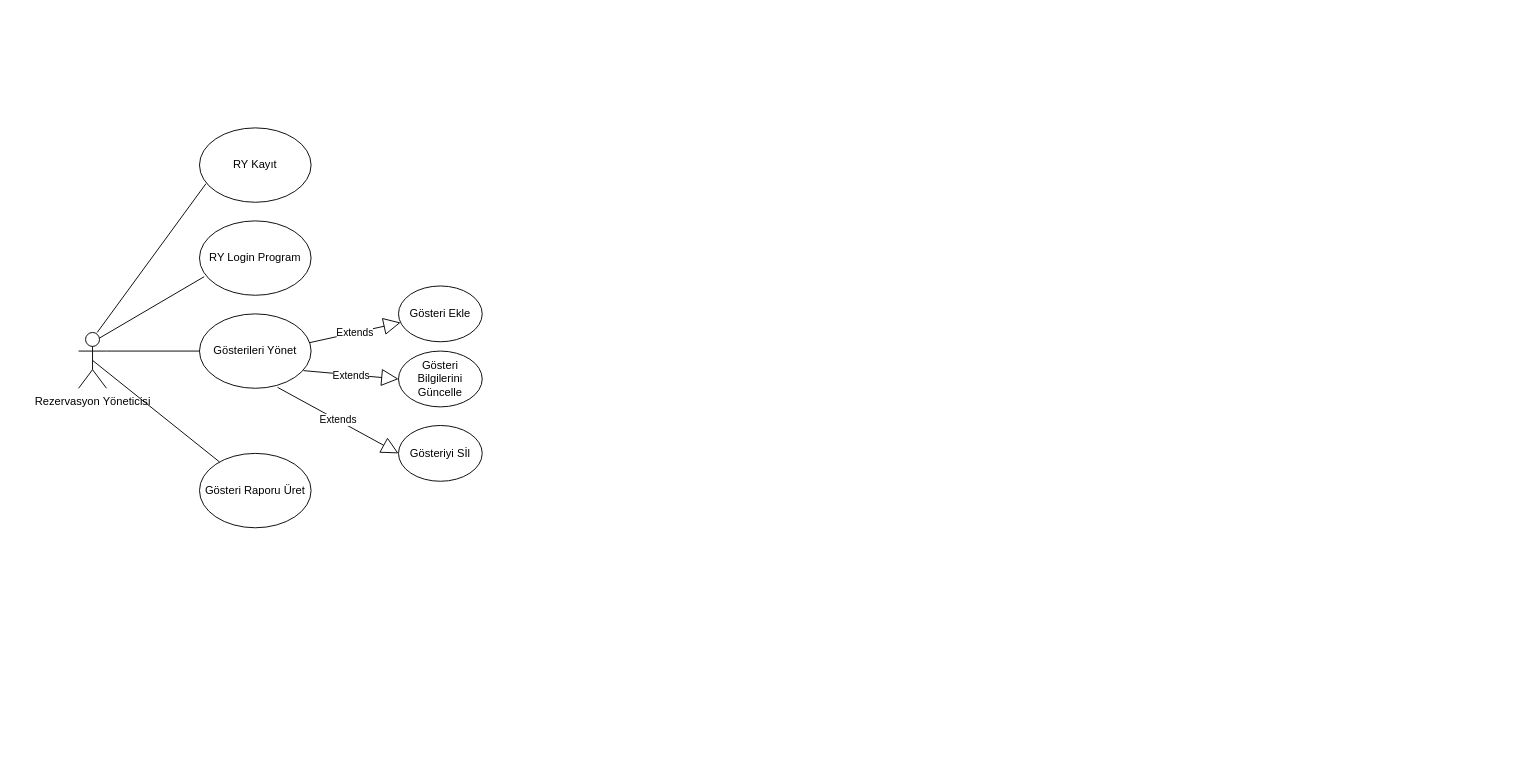
Earlier version of the draw.io diagram TBS USE_CASE_DIAGRAM.drawio (hhasanguclu/use_case_diagram). Source tidied: cells renumbered, new cells numbered last; positions are measured from the earlier drawing's top-left corner, leaving out a move shared by most shapes. Both pictures are drawn from the tidied source at 93%, with x=0, y=0 at pixel (78, 127).
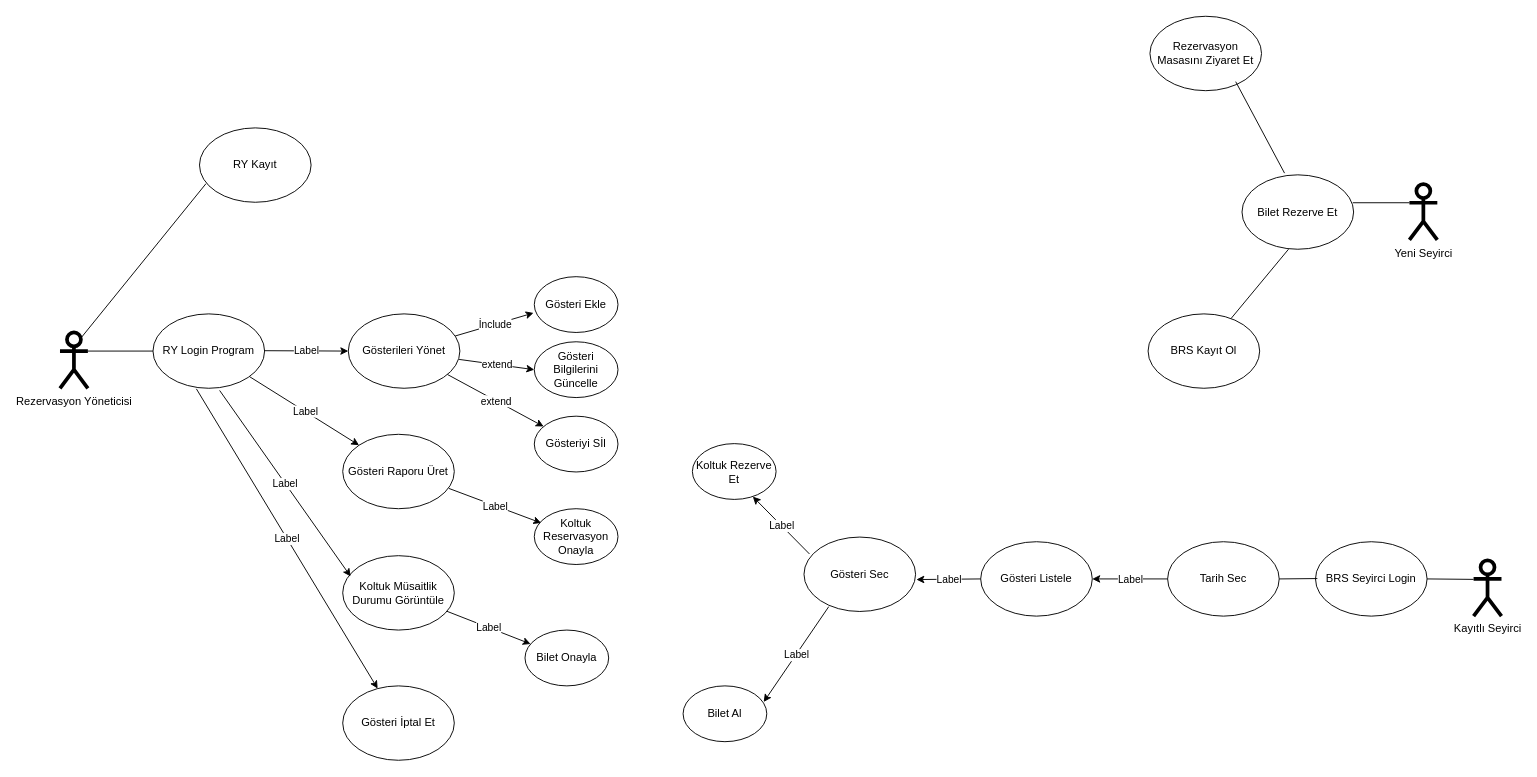
The same page after the edit.

Unchanged cells that the change refers to:
```xml
<mxCell id="3" value="RY Kayıt" style="ellipse;whiteSpace=wrap;html=1;" parent="1" vertex="1">
  <mxGeometry x="130" width="120" height="80" as="geometry" />
</mxCell>
```

Diff of the diagram source:
```diff
@@
-    <mxCell id="2" value="&lt;div&gt;Rezervasyon Yöneticisi&lt;/div&gt;&lt;div&gt;&lt;br&gt;&lt;/div&gt;" style="shape=umlActor;verticalLabelPosition=bottom;verticalAlign=top;html=1;outlineConnect=0;" parent="1" vertex="1">
-      <mxGeometry y="220" width="30" height="60" as="geometry" />
+    <mxCell id="2" value="&lt;div&gt;Rezervasyon Yöneticisi&lt;/div&gt;&lt;div&gt;&lt;br&gt;&lt;/div&gt;" style="shape=umlActor;verticalLabelPosition=bottom;verticalAlign=top;html=1;outlineConnect=0;strokeWidth=4;" parent="1" vertex="1">
+      <mxGeometry x="-20" y="220" width="30" height="60" as="geometry" />
     </mxCell>
@@
     <mxCell id="4" value="RY Login Program" style="ellipse;whiteSpace=wrap;html=1;" parent="1" vertex="1">
-      <mxGeometry x="130" y="100" width="120" height="80" as="geometry" />
+      <mxGeometry x="80" y="200" width="120" height="80" as="geometry" />
     </mxCell>
-    <mxCell id="5" style="endArrow=none;html=1;entryX=0.058;entryY=0.75;entryDx=0;entryDy=0;entryPerimeter=0;" parent="1" edge="1" target="3">
-      <mxGeometry relative="1" as="geometry">
-        <mxPoint x="20" y="220" as="sourcePoint" />
-      </mxGeometry>
+    <mxCell id="5" style="endArrow=none;html=1;entryX=0.058;entryY=0.75;entryDx=0;entryDy=0;entryPerimeter=0;exitX=0.75;exitY=0.1;exitDx=0;exitDy=0;exitPerimeter=0;" parent="1" edge="1" source="2" target="3">
+      <mxGeometry relative="1" as="geometry" />
     </mxCell>
-    <mxCell id="6" style="endArrow=none;html=1;entryX=0.042;entryY=0.75;entryDx=0;entryDy=0;entryPerimeter=0;exitX=0.75;exitY=0.1;exitDx=0;exitDy=0;exitPerimeter=0;" parent="1" edge="1" source="2" target="4">
-      <mxGeometry relative="1" as="geometry" />
-    </mxCell>
     <mxCell id="7" value="Gösterileri Yönet" style="ellipse;whiteSpace=wrap;html=1;" parent="1" vertex="1">
-      <mxGeometry x="130" y="200" width="120" height="80" as="geometry" />
+      <mxGeometry x="290" y="200" width="120" height="80" as="geometry" />
     </mxCell>
-    <mxCell id="8" style="endArrow=none;html=1;entryX=0;entryY=0.5;entryDx=0;entryDy=0;exitX=1;exitY=0.3333333333333333;exitDx=0;exitDy=0;exitPerimeter=0;" parent="1" edge="1" source="2" target="7">
-      <mxGeometry relative="1" as="geometry" />
-    </mxCell>
     <mxCell id="9" value="Gösteri Ekle" style="ellipse;whiteSpace=wrap;html=1;" parent="1" vertex="1">
-      <mxGeometry x="344" y="170" width="90" height="60" as="geometry" />
+      <mxGeometry x="490" y="160" width="90" height="60" as="geometry" />
     </mxCell>
     <mxCell id="10" value="Gösteri Bilgilerini Güncelle" style="ellipse;whiteSpace=wrap;html=1;" parent="1" vertex="1">
-      <mxGeometry x="344" y="240" width="90" height="60" as="geometry" />
+      <mxGeometry x="490" y="230" width="90" height="60" as="geometry" />
     </mxCell>
     <mxCell id="11" value="Gösteriyi Sİl" style="ellipse;whiteSpace=wrap;html=1;" parent="1" vertex="1">
-      <mxGeometry x="344" y="320" width="90" height="60" as="geometry" />
+      <mxGeometry x="490" y="310" width="90" height="60" as="geometry" />
     </mxCell>
+    <mxCell id="15" value="Gösteri Raporu Üret" style="ellipse;whiteSpace=wrap;html=1;" parent="1" vertex="1">
+      <mxGeometry x="284" y="329.5" width="120" height="80" as="geometry" />
+    </mxCell>
+    <mxCell id="17" value="Koltuk Müsaitlik Durumu Görüntüle" style="ellipse;whiteSpace=wrap;html=1;" parent="1" vertex="1">
+      <mxGeometry x="284" y="460" width="120" height="80" as="geometry" />
+    </mxCell>
+    <mxCell id="18" value="Bilet Onayla" style="ellipse;whiteSpace=wrap;html=1;" parent="1" vertex="1">
+      <mxGeometry x="480" y="540" width="90" height="60" as="geometry" />
+    </mxCell>
+    <mxCell id="14" style="endArrow=classic;html=1;" parent="1" edge="1" source="7" target="11">
+      <mxGeometry relative="1" as="geometry" />
+    </mxCell>
+    <mxCell id="19" value="extend" style="edgeLabel;html=1;align=center;verticalAlign=middle;" parent="14" vertex="1">
+      <mxGeometry relative="1" as="geometry" />
+    </mxCell>
+    <mxCell id="13" style="endArrow=classic;html=1;entryX=0;entryY=0.5;entryDx=0;entryDy=0;exitX=0.993;exitY=0.612;exitDx=0;exitDy=0;exitPerimeter=0;" parent="1" edge="1" source="7" target="10">
+      <mxGeometry relative="1" as="geometry" />
+    </mxCell>
+    <mxCell id="20" value="extend" style="edgeLabel;html=1;align=center;verticalAlign=middle;" parent="13" vertex="1">
+      <mxGeometry relative="1" as="geometry" />
+    </mxCell>
-    <mxCell id="12" value="Extends" style="endArrow=block;endSize=16;endFill=0;html=1;exitX=0.983;exitY=0.388;exitDx=0;exitDy=0;exitPerimeter=0;" parent="1" edge="1" source="7" target="9">
+    <mxCell id="12" style="endArrow=classic;html=1;entryX=-0.009;entryY=0.65;entryDx=0;entryDy=0;entryPerimeter=0;" parent="1" edge="1" source="7" target="9">
       <mxGeometry relative="1" as="geometry" />
     </mxCell>
-    <mxCell id="13" value="Extends" style="endArrow=block;endSize=16;endFill=0;html=1;exitX=0.933;exitY=0.763;exitDx=0;exitDy=0;exitPerimeter=0;entryX=0;entryY=0.5;entryDx=0;entryDy=0;" parent="1" edge="1" source="7" target="10">
-      <mxGeometry relative="1" as="geometry" />
-    </mxCell>
-    <mxCell id="14" value="Extends" style="endArrow=block;endSize=16;endFill=0;html=1;exitX=0.7;exitY=0.988;exitDx=0;exitDy=0;exitPerimeter=0;entryX=0;entryY=0.5;entryDx=0;entryDy=0;" parent="1" edge="1" source="7" target="11">
-      <mxGeometry relative="1" as="geometry" />
-    </mxCell>
-    <mxCell id="15" value="Gösteri Raporu Üret" style="ellipse;whiteSpace=wrap;html=1;" parent="1" vertex="1">
-      <mxGeometry x="130" y="350" width="120" height="80" as="geometry" />
-    </mxCell>
-    <mxCell id="16" style="endArrow=none;html=1;exitX=0.5;exitY=0.5;exitDx=0;exitDy=0;exitPerimeter=0;" parent="1" edge="1" source="2" target="15">
-      <mxGeometry relative="1" as="geometry" />
-    </mxCell>
+    <mxCell id="21" value="İnclude" style="edgeLabel;html=1;align=center;verticalAlign=middle;" parent="12" vertex="1">
+      <mxGeometry relative="1" as="geometry" />
+    </mxCell>
+    <mxCell id="22" style="endArrow=classic;html=1;" parent="1" edge="1" source="17" target="18">
+      <mxGeometry relative="1" as="geometry" />
+    </mxCell>
+    <mxCell id="23" value="Label" style="edgeLabel;html=1;align=center;verticalAlign=middle;" parent="22" vertex="1">
+      <mxGeometry relative="1" as="geometry" />
+    </mxCell>
+    <mxCell id="24" value="Gösteri İptal Et" style="ellipse;whiteSpace=wrap;html=1;" parent="1" vertex="1">
+      <mxGeometry x="284" y="600" width="120" height="80" as="geometry" />
+    </mxCell>
+    <mxCell id="25" value="Yeni Seyirci" style="shape=umlActor;verticalLabelPosition=bottom;verticalAlign=top;html=1;strokeWidth=4;" parent="1" vertex="1">
+      <mxGeometry x="1431" y="60.5" width="30" height="60" as="geometry" />
+    </mxCell>
+    <mxCell id="6" style="endArrow=none;html=1;exitX=1;exitY=0.3333333333333333;exitDx=0;exitDy=0;exitPerimeter=0;entryX=0;entryY=0.5;entryDx=0;entryDy=0;" parent="1" edge="1" source="2" target="4">
+      <mxGeometry relative="1" as="geometry" />
+    </mxCell>
+    <mxCell id="26" style="endArrow=classic;html=1;entryX=0.083;entryY=0.256;entryDx=0;entryDy=0;entryPerimeter=0;exitX=0.951;exitY=0.727;exitDx=0;exitDy=0;exitPerimeter=0;" parent="1" edge="1" source="15" target="28">
+      <mxGeometry relative="1" as="geometry" />
+    </mxCell>
+    <mxCell id="27" value="Label" style="edgeLabel;html=1;align=center;verticalAlign=middle;" parent="26" vertex="1">
+      <mxGeometry relative="1" as="geometry" />
+    </mxCell>
+    <mxCell id="28" value="Koltuk Reservasyon Onayla" style="ellipse;whiteSpace=wrap;html=1;" parent="1" vertex="1">
+      <mxGeometry x="490" y="409.5" width="90" height="60" as="geometry" />
+    </mxCell>
+    <mxCell id="29" style="endArrow=classic;html=1;entryX=0;entryY=0.5;entryDx=0;entryDy=0;" parent="1" edge="1" target="7">
+      <mxGeometry relative="1" as="geometry">
+        <mxPoint x="200" y="239.6" as="sourcePoint" />
+      </mxGeometry>
+    </mxCell>
+    <mxCell id="30" value="Label" style="edgeLabel;html=1;align=center;verticalAlign=middle;" parent="29" vertex="1">
+      <mxGeometry relative="1" as="geometry" />
+    </mxCell>
+    <mxCell id="31" style="endArrow=classic;html=1;entryX=0;entryY=0;entryDx=0;entryDy=0;" parent="1" edge="1" source="4" target="15">
+      <mxGeometry relative="1" as="geometry" />
+    </mxCell>
+    <mxCell id="32" value="Label" style="edgeLabel;html=1;align=center;verticalAlign=middle;" parent="31" vertex="1">
+      <mxGeometry relative="1" as="geometry" />
+    </mxCell>
+    <mxCell id="33" style="endArrow=classic;html=1;exitX=0.597;exitY=1.029;exitDx=0;exitDy=0;exitPerimeter=0;entryX=0.071;entryY=0.279;entryDx=0;entryDy=0;entryPerimeter=0;" parent="1" edge="1" source="4" target="17">
+      <mxGeometry relative="1" as="geometry" />
+    </mxCell>
+    <mxCell id="34" value="Label" style="edgeLabel;html=1;align=center;verticalAlign=middle;" parent="33" vertex="1">
+      <mxGeometry relative="1" as="geometry" />
+    </mxCell>
+    <mxCell id="35" style="endArrow=classic;html=1;exitX=0.389;exitY=1.008;exitDx=0;exitDy=0;exitPerimeter=0;" parent="1" edge="1" source="4" target="24">
+      <mxGeometry relative="1" as="geometry" />
+    </mxCell>
+    <mxCell id="36" value="Label" style="edgeLabel;html=1;align=center;verticalAlign=middle;" parent="35" vertex="1">
+      <mxGeometry relative="1" as="geometry" />
+    </mxCell>
+    <mxCell id="37" value="Bilet Rezerve Et" style="ellipse;whiteSpace=wrap;html=1;" parent="1" vertex="1">
+      <mxGeometry x="1251" y="50.5" width="120" height="80" as="geometry" />
+    </mxCell>
+    <mxCell id="38" style="endArrow=none;html=1;exitX=0.992;exitY=0.375;exitDx=0;exitDy=0;exitPerimeter=0;" parent="1" edge="1" source="37">
+      <mxGeometry relative="1" as="geometry">
+        <mxPoint x="1431" y="80.5" as="targetPoint" />
+      </mxGeometry>
+    </mxCell>
+    <mxCell id="39" value="Rezervasyon Masasını Ziyaret Et" style="ellipse;whiteSpace=wrap;html=1;" parent="1" vertex="1">
+      <mxGeometry x="1152" y="-120" width="120" height="80" as="geometry" />
+    </mxCell>
+    <mxCell id="40" value="BRS Kayıt Ol" style="ellipse;whiteSpace=wrap;html=1;" parent="1" vertex="1">
+      <mxGeometry x="1150" y="200" width="120" height="80" as="geometry" />
+    </mxCell>
+    <mxCell id="41" style="endArrow=none;html=1;entryX=0.381;entryY=-0.023;entryDx=0;entryDy=0;entryPerimeter=0;exitX=0.943;exitY=0.748;exitDx=0;exitDy=0;exitPerimeter=0;" parent="1" edge="1" target="37">
+      <mxGeometry relative="1" as="geometry">
+        <mxPoint x="1244.2" y="-49.7" as="sourcePoint" />
+      </mxGeometry>
+    </mxCell>
+    <mxCell id="42" style="endArrow=none;html=1;" parent="1" edge="1" source="40">
+      <mxGeometry relative="1" as="geometry">
+        <mxPoint x="1301" y="130.5" as="targetPoint" />
+      </mxGeometry>
+    </mxCell>
+    <mxCell id="43" value="Kayıtlı Seyirci" style="shape=umlActor;verticalLabelPosition=bottom;verticalAlign=top;html=1;strokeWidth=4;" parent="1" vertex="1">
+      <mxGeometry x="1500" y="465" width="30" height="60" as="geometry" />
+    </mxCell>
+    <mxCell id="44" value="BRS Seyirci Login" style="ellipse;whiteSpace=wrap;html=1;" parent="1" vertex="1">
+      <mxGeometry x="1330" y="445" width="120" height="80" as="geometry" />
+    </mxCell>
+    <mxCell id="45" style="endArrow=none;html=1;exitX=1;exitY=0.5;exitDx=0;exitDy=0;" parent="1" edge="1">
+      <mxGeometry relative="1" as="geometry">
+        <mxPoint x="1450" y="485" as="sourcePoint" />
+        <mxPoint x="1500" y="485.5" as="targetPoint" />
+      </mxGeometry>
+    </mxCell>
+    <mxCell id="46" value="Gösteri Sec" style="ellipse;whiteSpace=wrap;html=1;" parent="1" vertex="1">
+      <mxGeometry x="780" y="440" width="120" height="80" as="geometry" />
+    </mxCell>
+    <mxCell id="47" value="Koltuk Rezerve Et" style="ellipse;whiteSpace=wrap;html=1;" parent="1" vertex="1">
+      <mxGeometry x="660" y="339.5" width="90" height="60" as="geometry" />
+    </mxCell>
+    <mxCell id="48" value="Bilet Al" style="ellipse;whiteSpace=wrap;html=1;" parent="1" vertex="1">
+      <mxGeometry x="650" y="600" width="90" height="60" as="geometry" />
+    </mxCell>
+    <mxCell id="49" value="Tarih Sec" style="ellipse;whiteSpace=wrap;html=1;" parent="1" vertex="1">
+      <mxGeometry x="1171" y="445" width="120" height="80" as="geometry" />
+    </mxCell>
+    <mxCell id="50" value="Gösteri Listele" style="ellipse;whiteSpace=wrap;html=1;" parent="1" vertex="1">
+      <mxGeometry x="970" y="445" width="120" height="80" as="geometry" />
+    </mxCell>
+    <mxCell id="51" style="endArrow=none;html=1;exitX=1;exitY=0.5;exitDx=0;exitDy=0;" parent="1" edge="1" source="49">
+      <mxGeometry relative="1" as="geometry">
+        <mxPoint x="1332" y="484.6" as="targetPoint" />
+      </mxGeometry>
+    </mxCell>
+    <mxCell id="52" style="endArrow=classic;html=1;exitX=0;exitY=0.5;exitDx=0;exitDy=0;entryX=1;entryY=0.5;entryDx=0;entryDy=0;" parent="1" edge="1" source="49" target="50">
+      <mxGeometry relative="1" as="geometry" />
+    </mxCell>
+    <mxCell id="53" value="Label" style="edgeLabel;html=1;align=center;verticalAlign=middle;" parent="52" vertex="1">
+      <mxGeometry relative="1" as="geometry" />
+    </mxCell>
+    <mxCell id="54" style="endArrow=classic;html=1;exitX=0;exitY=0.5;exitDx=0;exitDy=0;entryX=1.007;entryY=0.571;entryDx=0;entryDy=0;entryPerimeter=0;" parent="1" edge="1" source="50" target="46">
+      <mxGeometry relative="1" as="geometry" />
+    </mxCell>
+    <mxCell id="55" value="Label" style="edgeLabel;html=1;align=center;verticalAlign=middle;" parent="54" vertex="1">
+      <mxGeometry relative="1" as="geometry" />
+    </mxCell>
+    <mxCell id="56" style="endArrow=classic;html=1;exitX=0.049;exitY=0.227;exitDx=0;exitDy=0;exitPerimeter=0;entryX=0.722;entryY=0.95;entryDx=0;entryDy=0;entryPerimeter=0;" parent="1" edge="1" source="46" target="47">
+      <mxGeometry relative="1" as="geometry" />
+    </mxCell>
+    <mxCell id="57" value="Label" style="edgeLabel;html=1;align=center;verticalAlign=middle;" parent="56" vertex="1">
+      <mxGeometry relative="1" as="geometry" />
+    </mxCell>
+    <mxCell id="58" style="endArrow=classic;html=1;exitX=0.222;exitY=0.935;exitDx=0;exitDy=0;exitPerimeter=0;entryX=0.963;entryY=0.289;entryDx=0;entryDy=0;entryPerimeter=0;" parent="1" edge="1" source="46" target="48">
+      <mxGeometry relative="1" as="geometry" />
+    </mxCell>
+    <mxCell id="59" value="Label" style="edgeLabel;html=1;align=center;verticalAlign=middle;" parent="58" vertex="1">
+      <mxGeometry relative="1" as="geometry" />
+    </mxCell>
```
